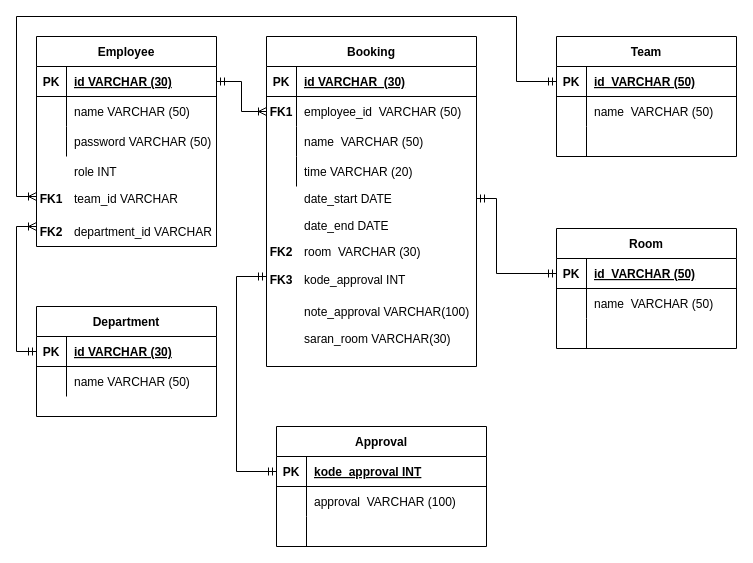
MCC-Java/Meeting-Schedule-Laila-Khoirun-Nisa keeps this draw.io diagram as page "ERD" (3 of 3) of meetingsceduler.drawio. Above is the earlier version. Source tidied: cells renumbered, new cells numbered last; positions are measured from the earlier drawing's top-left corner, leaving out a move shared by most shapes. Both pictures are drawn from the tidied source at 100%, with x=0, y=0 at pixel (16, 16).
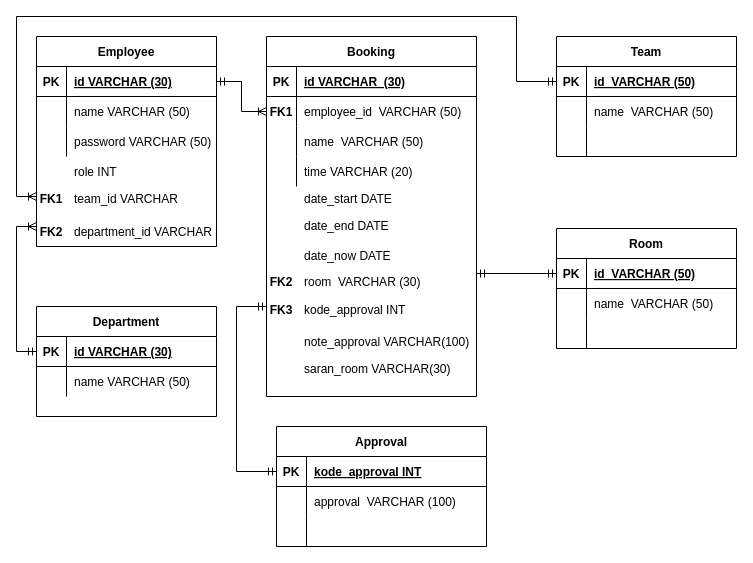
The same diagram, later.

The change refers to these unchanged cells:
```xml
<mxCell id="70" style="shape=partialRectangle;fillColor=none;top=0;left=0;bottom=1;right=0;points=[[0,0.5],[1,0.5]];portConstraint=eastwest;" parent="69" vertex="1">
  <mxGeometry y="30" width="210" height="30" as="geometry" />
</mxCell>
```

Change to the diagram source:
```diff
@@
     <mxCell id="12" style="edgeStyle=orthogonalEdgeStyle;rounded=0;orthogonalLoop=1;jettySize=auto;html=1;endArrow=ERmandOne;endFill=0;startArrow=ERmandOne;startFill=0;" parent="1" edge="1">
       <mxGeometry relative="1" as="geometry">
-        <mxPoint x="460" y="182" as="sourcePoint" />
+        <mxPoint x="460" y="257" as="sourcePoint" />
         <mxPoint x="540" y="257" as="targetPoint" />
         <Array as="points">
-          <mxPoint x="480" y="182" />
-          <mxPoint x="480" y="257" />
+          <mxPoint x="460" y="257" />
         </Array>
       </mxGeometry>
     </mxCell>
@@
     <mxCell id="34" value="Booking" style="shape=table;startSize=30;childLayout=tableLayout;rowLines=0;fontStyle=1;align=center;" parent="1" vertex="1">
-      <mxGeometry x="250" y="20" width="210" height="330" as="geometry" />
+      <mxGeometry x="250" y="20" width="210" height="360" as="geometry" />
     </mxCell>
@@
     <mxCell id="47" value="room  VARCHAR (30)" style="shape=partialRectangle;fillColor=none;top=0;left=0;bottom=0;right=0;align=left;spacingLeft=6;overflow=hidden;" parent="1" vertex="1">
-      <mxGeometry x="280" y="220" width="150" height="30" as="geometry" />
+      <mxGeometry x="280" y="250" width="150" height="30" as="geometry" />
     </mxCell>
@@
     <mxCell id="49" value="FK2" style="shape=partialRectangle;fillColor=none;top=0;left=0;bottom=0;right=0;fontStyle=1;overflow=hidden;" parent="1" vertex="1">
-      <mxGeometry x="250" y="220" width="30" height="30" as="geometry" />
+      <mxGeometry x="250" y="250" width="30" height="30" as="geometry" />
     </mxCell>
@@
     <mxCell id="64" value="kode_approval INT" style="shape=partialRectangle;fillColor=none;top=0;left=0;bottom=0;right=0;align=left;spacingLeft=6;overflow=hidden;" parent="1" vertex="1">
-      <mxGeometry x="280" y="248" width="150" height="30" as="geometry" />
+      <mxGeometry x="280" y="278" width="150" height="30" as="geometry" />
     </mxCell>
     <mxCell id="65" value="FK3" style="shape=partialRectangle;fillColor=none;top=0;left=0;bottom=0;right=0;fontStyle=1;overflow=hidden;" parent="1" vertex="1">
-      <mxGeometry x="250" y="248" width="30" height="30" as="geometry" />
+      <mxGeometry x="250" y="278" width="30" height="30" as="geometry" />
     </mxCell>
     <mxCell id="66" style="edgeStyle=orthogonalEdgeStyle;rounded=0;jettySize=auto;html=1;startArrow=ERmandOne;startFill=0;endArrow=ERmandOne;endFill=0;exitX=0;exitY=0.5;exitDx=0;exitDy=0;" parent="1" edge="1" source="70">
       <mxGeometry relative="1" as="geometry">
-        <mxPoint x="250" y="260" as="targetPoint" />
+        <mxPoint x="250" y="290" as="targetPoint" />
         <Array as="points">
           <mxPoint x="220" y="455" />
-          <mxPoint x="220" y="260" />
+          <mxPoint x="220" y="290" />
+          <mxPoint x="250" y="290" />
         </Array>
       </mxGeometry>
     </mxCell>
     <mxCell id="67" value="note_approval VARCHAR(100)" style="shape=partialRectangle;fillColor=none;top=0;left=0;bottom=0;right=0;align=left;spacingLeft=6;overflow=hidden;" parent="1" vertex="1">
-      <mxGeometry x="280" y="280" width="190" height="30" as="geometry" />
+      <mxGeometry x="280" y="310" width="190" height="30" as="geometry" />
     </mxCell>
     <mxCell id="68" value="saran_room VARCHAR(30)" style="shape=partialRectangle;fillColor=none;top=0;left=0;bottom=0;right=0;align=left;spacingLeft=6;overflow=hidden;" parent="1" vertex="1">
-      <mxGeometry x="280" y="307" width="190" height="30" as="geometry" />
+      <mxGeometry x="280" y="337" width="190" height="30" as="geometry" />
     </mxCell>
@@
+    <mxCell id="81" value="date_now DATE" style="shape=partialRectangle;fillColor=none;top=0;left=0;bottom=0;right=0;align=left;spacingLeft=6;overflow=hidden;" parent="1" vertex="1">
+      <mxGeometry x="280" y="224" width="180" height="30" as="geometry" />
+    </mxCell>
```
